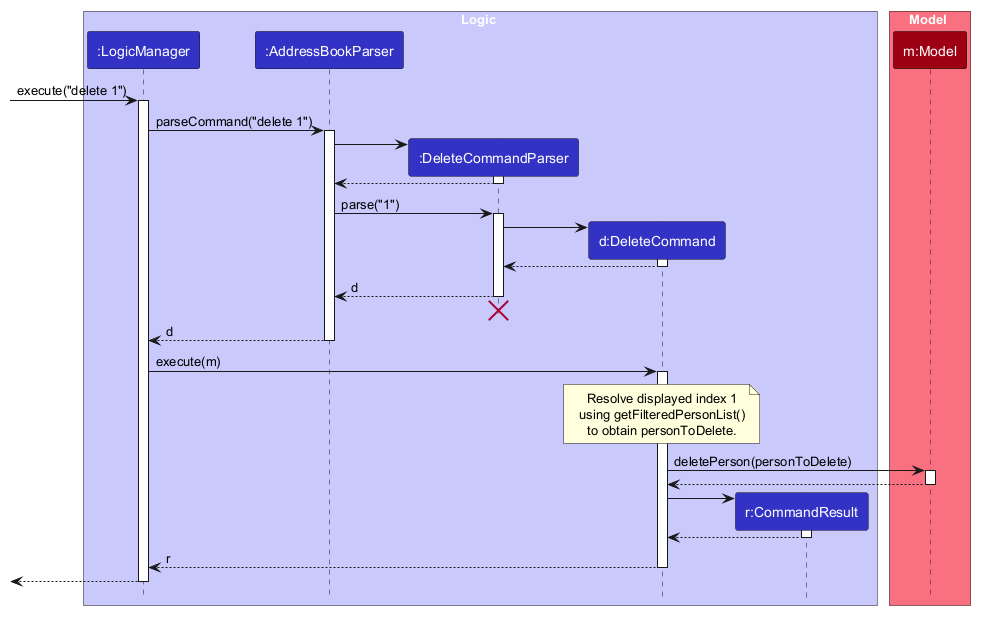
The PlantUML diagram docs/images/DeleteSequenceDiagram.png in liownahum/tp, before a commit. Source of this version:
```plantuml
@startuml
!include style.puml
skinparam ArrowFontStyle plain
skinparam sequenceMessageAlign left

box Logic LOGIC_COLOR_T1
participant ":LogicManager" as LogicManager LOGIC_COLOR
participant ":AddressBookParser" as AddressBookParser LOGIC_COLOR
participant ":DeleteCommandParser" as DeleteCommandParser LOGIC_COLOR
participant "d:DeleteCommand" as DeleteCommand LOGIC_COLOR
participant "r:CommandResult" as CommandResult LOGIC_COLOR
end box

box Model MODEL_COLOR_T1
participant "m:Model" as Model MODEL_COLOR
end box

[-> LogicManager : execute("delete 1")
activate LogicManager

LogicManager -> AddressBookParser : parseCommand("delete 1")
activate AddressBookParser

create DeleteCommandParser
AddressBookParser -> DeleteCommandParser
activate DeleteCommandParser

DeleteCommandParser --> AddressBookParser
deactivate DeleteCommandParser

AddressBookParser -> DeleteCommandParser : parse("1")
activate DeleteCommandParser

create DeleteCommand
DeleteCommandParser -> DeleteCommand
activate DeleteCommand

DeleteCommand --> DeleteCommandParser :
deactivate DeleteCommand

DeleteCommandParser --> AddressBookParser : d
deactivate DeleteCommandParser
DeleteCommandParser -[hidden]-> AddressBookParser
destroy DeleteCommandParser

AddressBookParser --> LogicManager : d
deactivate AddressBookParser

LogicManager -> DeleteCommand : execute(m)
activate DeleteCommand

note over DeleteCommand
Resolve displayed index 1
using getFilteredPersonList()
to obtain personToDelete.
end note

DeleteCommand -> Model : deletePerson(personToDelete)
activate Model

Model --> DeleteCommand
deactivate Model

create CommandResult
DeleteCommand -> CommandResult
activate CommandResult

CommandResult --> DeleteCommand
deactivate CommandResult

DeleteCommand --> LogicManager : r
deactivate DeleteCommand

[<--LogicManager
deactivate LogicManager
@enduml
```
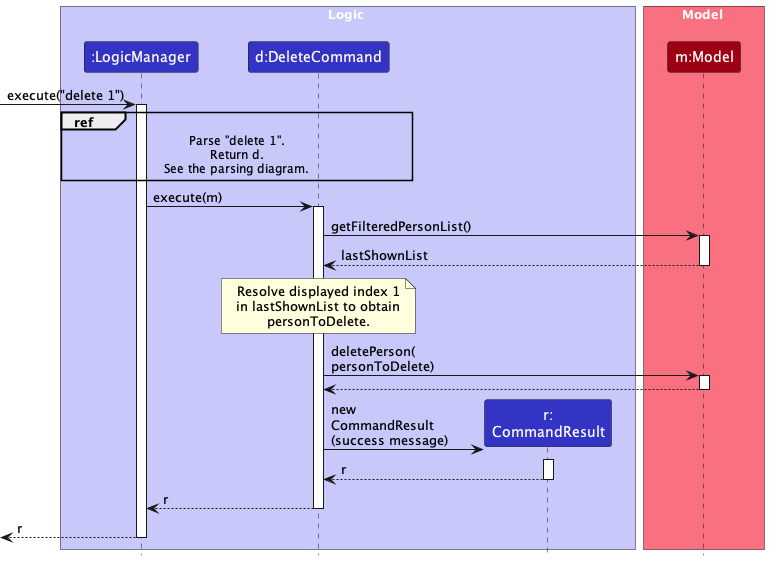
After the change.

Commit message:
docs: fix delete sequence diagram readability and consistency

The edit, as a diff of the source:
```diff
@@ -2,13 +2,13 @@
 !include style.puml
 skinparam ArrowFontStyle plain
 skinparam sequenceMessageAlign left
+skinparam BoxPadding 3
+skinparam SequenceReferenceBackgroundColor transparent
 
 box Logic LOGIC_COLOR_T1
 participant ":LogicManager" as LogicManager LOGIC_COLOR
-participant ":AddressBookParser" as AddressBookParser LOGIC_COLOR
-participant ":DeleteCommandParser" as DeleteCommandParser LOGIC_COLOR
 participant "d:DeleteCommand" as DeleteCommand LOGIC_COLOR
-participant "r:CommandResult" as CommandResult LOGIC_COLOR
+participant "r:\nCommandResult" as CommandResult LOGIC_COLOR
 end box
 
 box Model MODEL_COLOR_T1
@@ -18,59 +18,43 @@
 [-> LogicManager : execute("delete 1")
 activate LogicManager
 
-LogicManager -> AddressBookParser : parseCommand("delete 1")
-activate AddressBookParser
-
-create DeleteCommandParser
-AddressBookParser -> DeleteCommandParser
-activate DeleteCommandParser
-
-DeleteCommandParser --> AddressBookParser
-deactivate DeleteCommandParser
-
-AddressBookParser -> DeleteCommandParser : parse("1")
-activate DeleteCommandParser
-
-create DeleteCommand
-DeleteCommandParser -> DeleteCommand
-activate DeleteCommand
-
-DeleteCommand --> DeleteCommandParser :
-deactivate DeleteCommand
-
-DeleteCommandParser --> AddressBookParser : d
-deactivate DeleteCommandParser
-DeleteCommandParser -[hidden]-> AddressBookParser
-destroy DeleteCommandParser
-
-AddressBookParser --> LogicManager : d
-deactivate AddressBookParser
+ref over LogicManager, DeleteCommand
+Parse "delete 1".
+Return d.
+See the parsing diagram.
+end ref
 
 LogicManager -> DeleteCommand : execute(m)
 activate DeleteCommand
 
+DeleteCommand -> Model : getFilteredPersonList()
+activate Model
+
+Model --> DeleteCommand : lastShownList
+deactivate Model
+
 note over DeleteCommand
 Resolve displayed index 1
-using getFilteredPersonList()
-to obtain personToDelete.
+in lastShownList to obtain
+personToDelete.
 end note
 
-DeleteCommand -> Model : deletePerson(personToDelete)
+DeleteCommand -> Model : deletePerson(\npersonToDelete)
 activate Model
 
 Model --> DeleteCommand
 deactivate Model
 
 create CommandResult
-DeleteCommand -> CommandResult
+DeleteCommand -> CommandResult : new\nCommandResult\n(success message)
 activate CommandResult
 
-CommandResult --> DeleteCommand
+CommandResult --> DeleteCommand : r
 deactivate CommandResult
 
 DeleteCommand --> LogicManager : r
 deactivate DeleteCommand
 
-[<--LogicManager
+[<-- LogicManager : r
 deactivate LogicManager
 @enduml
```
